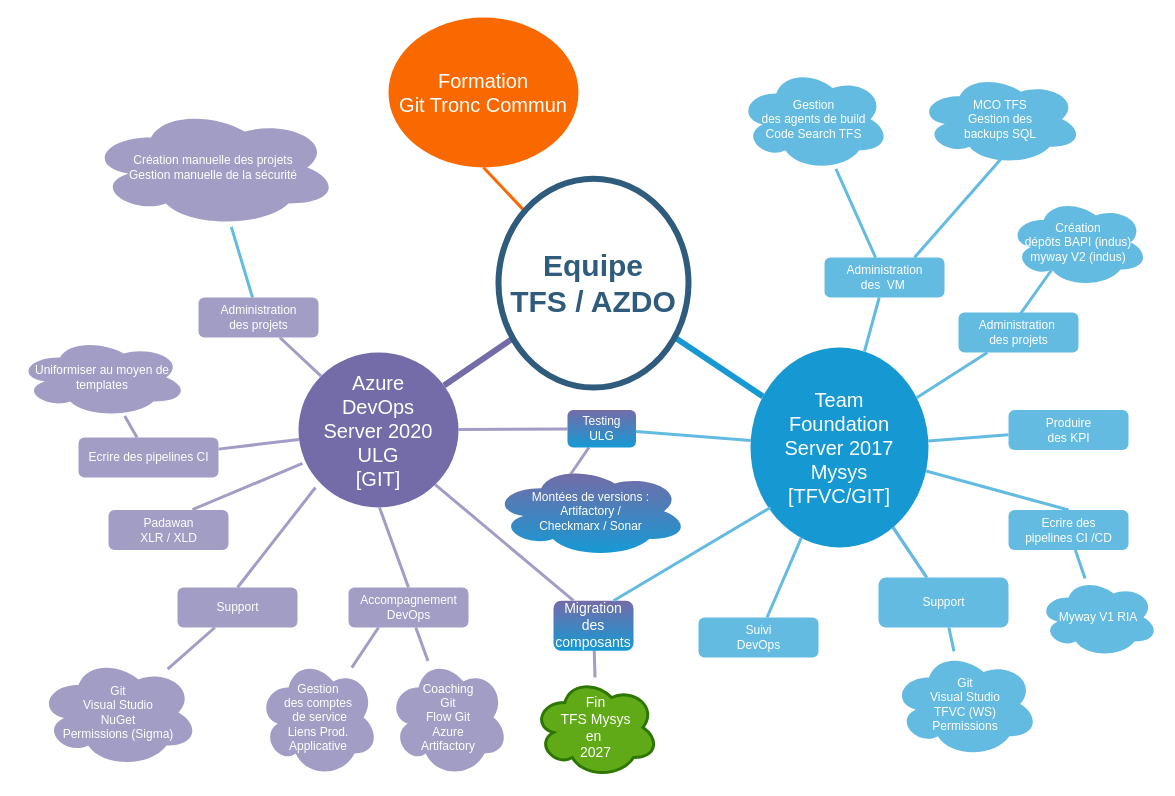
This is TeamActivities.drawio from jmrablat/diagrams, a draw.io file, before an edit. Source tidied: cells renumbered, new cells numbered last; positions are measured from the earlier drawing's top-left corner, leaving out a move shared by most shapes. Both pictures are drawn from the tidied source at 100%, with x=0, y=0 at pixel (17, 17).
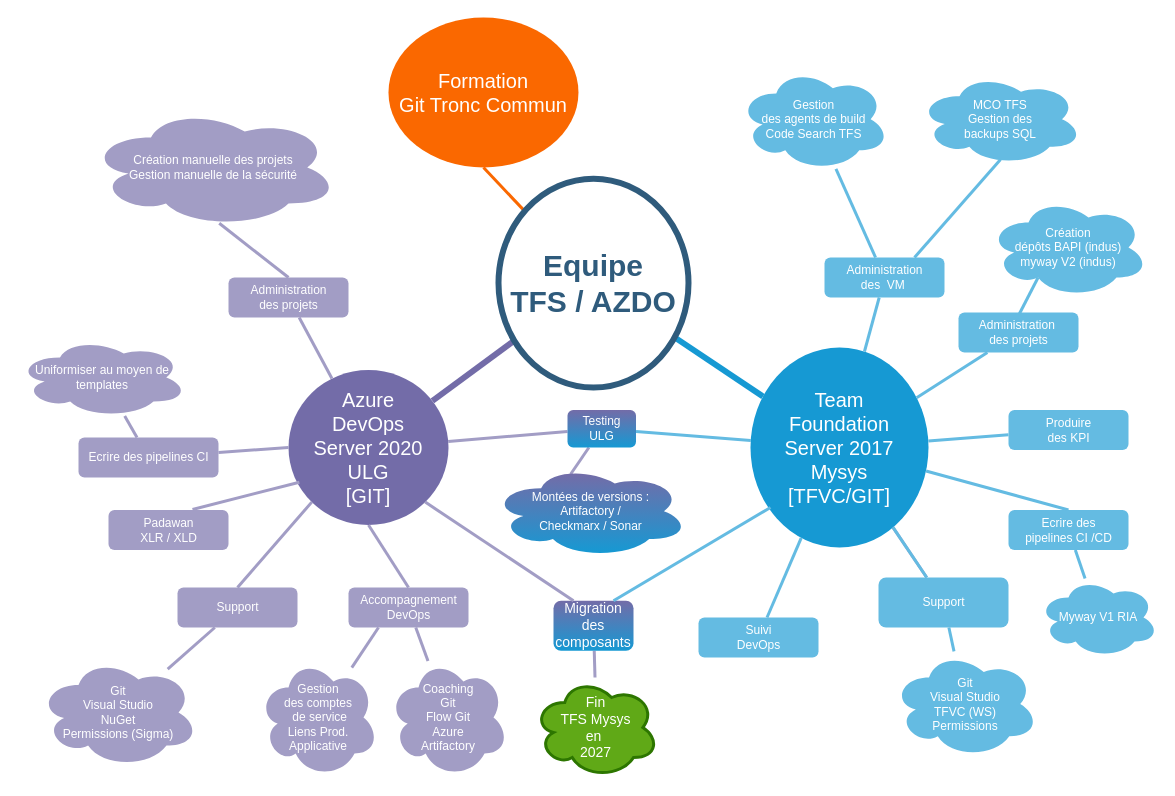
After the change.

Unchanged cells that the change refers to:
```xml
<mxCell id="27" value="Accompagnement&lt;br&gt;DevOps" style="rounded=1;fillColor=#a29dc5;strokeColor=none;strokeWidth=3;shadow=0;html=1;fontColor=#FFFFFF;" parent="1" vertex="1">
  <mxGeometry x="331" y="570" width="120" height="40" as="geometry" />
</mxCell>
<mxCell id="29" value="Ecrire des pipelines CI" style="rounded=1;fillColor=#a29dc5;strokeColor=none;strokeWidth=3;shadow=0;html=1;fontColor=#FFFFFF;" parent="1" vertex="1">
  <mxGeometry x="61" y="420" width="140" height="40" as="geometry" />
</mxCell>
<mxCell id="37" value="Création manuelle des projets&lt;br&gt;Gestion manuelle de la sécurité" style="ellipse;shape=cloud;whiteSpace=wrap;html=1;fillColor=#a29dc5;strokeColor=none;fontColor=#FFFFFF;rounded=1;strokeWidth=3;shadow=0;" parent="1" vertex="1">
  <mxGeometry x="71" y="90" width="250" height="120" as="geometry" />
</mxCell>
<mxCell id="50" value="Support" style="rounded=1;fillColor=#a29dc5;strokeColor=none;strokeWidth=3;shadow=0;html=1;fontColor=#FFFFFF;" parent="1" vertex="1">
  <mxGeometry x="160" y="570" width="120" height="40" as="geometry" />
</mxCell>
<mxCell id="57" value="Padawan&lt;br&gt;XLR / XLD" style="rounded=1;fillColor=#a29dc5;strokeColor=none;strokeWidth=3;shadow=0;html=1;fontColor=#FFFFFF;" parent="1" vertex="1">
  <mxGeometry x="91" y="492.5" width="120" height="40" as="geometry" />
</mxCell>
```

What changed in the source:
```diff
@@
     <mxCell id="23" value="Azure&lt;br&gt;DevOps&lt;br style=&quot;border-color: var(--border-color);&quot;&gt;Server 2020&lt;br style=&quot;border-color: var(--border-color);&quot;&gt;ULG&lt;br&gt;[GIT]" style="ellipse;whiteSpace=wrap;html=1;shadow=0;fontFamily=Helvetica;fontSize=20;fontColor=#FFFFFF;align=center;strokeWidth=3;fillColor=#736ca8;strokeColor=none;" parent="1" vertex="1">
-      <mxGeometry x="281" y="335" width="160" height="155" as="geometry" />
+      <mxGeometry x="271" y="352.5" width="160" height="155" as="geometry" />
     </mxCell>
-    <mxCell id="24" style="edgeStyle=none;shape=connector;rounded=1;jettySize=auto;html=1;labelBackgroundColor=default;strokeColor=#64BBE2;strokeWidth=3;align=center;verticalAlign=middle;fontFamily=Helvetica;fontSize=11;fontColor=default;endArrow=none;" parent="1" edge="1" source="25" target="37">
-      <mxGeometry relative="1" as="geometry" />
-    </mxCell>
     <mxCell id="25" value="Administration&lt;br&gt;des projets" style="rounded=1;fillColor=#a29dc5;strokeColor=none;strokeWidth=3;shadow=0;html=1;fontColor=#FFFFFF;" parent="1" vertex="1">
-      <mxGeometry x="181" y="280" width="120" height="40" as="geometry" />
+      <mxGeometry x="211" y="260" width="120" height="40" as="geometry" />
     </mxCell>
@@
-    <mxCell id="31" style="edgeStyle=none;endArrow=none;strokeWidth=3;strokeColor=#A29DC5;html=1;entryX=0.5;entryY=0;entryDx=0;entryDy=0;exitX=0.106;exitY=0.871;exitDx=0;exitDy=0;exitPerimeter=0;" parent="1" edge="1" source="23" target="50">
+    <mxCell id="31" style="edgeStyle=none;endArrow=none;strokeWidth=3;strokeColor=#A29DC5;html=1;entryX=0.5;entryY=0;entryDx=0;entryDy=0;exitX=0;exitY=1;exitDx=0;exitDy=0;" parent="1" edge="1" source="23" target="50">
       <mxGeometry x="-1498" y="-303.5" as="geometry" />
     </mxCell>
-    <mxCell id="32" style="edgeStyle=none;endArrow=none;strokeWidth=3;strokeColor=#A29DC5;html=1;" parent="1" edge="1" source="23" target="29">
+    <mxCell id="32" style="edgeStyle=none;endArrow=none;strokeWidth=3;strokeColor=#A29DC5;html=1;exitX=0;exitY=0.5;exitDx=0;exitDy=0;" parent="1" edge="1" source="23" target="29">
       <mxGeometry x="-1498" y="-303.5" as="geometry" />
     </mxCell>
@@
-    <mxCell id="51" style="edgeStyle=none;endArrow=none;strokeWidth=3;strokeColor=#A29DC5;html=1;entryX=0.5;entryY=0;entryDx=0;entryDy=0;" parent="1" edge="1" target="27">
-      <mxGeometry x="-1498" y="-303.5" as="geometry">
-        <mxPoint x="362" y="490" as="sourcePoint" />
-      </mxGeometry>
+    <mxCell id="51" style="edgeStyle=none;endArrow=none;strokeWidth=3;strokeColor=#A29DC5;html=1;entryX=0.5;entryY=0;entryDx=0;entryDy=0;exitX=0.5;exitY=1;exitDx=0;exitDy=0;" parent="1" edge="1" source="23" target="27">
+      <mxGeometry x="-1498" y="-303.5" as="geometry" />
     </mxCell>
@@
-    <mxCell id="58" style="edgeStyle=none;endArrow=none;strokeWidth=3;strokeColor=#A29DC5;html=1;entryX=0.7;entryY=-0.012;entryDx=0;entryDy=0;exitX=0.025;exitY=0.716;exitDx=0;exitDy=0;exitPerimeter=0;entryPerimeter=0;" parent="1" edge="1" source="23" target="57">
+    <mxCell id="58" style="edgeStyle=none;endArrow=none;strokeWidth=3;strokeColor=#A29DC5;html=1;entryX=0.7;entryY=-0.012;entryDx=0;entryDy=0;exitX=0.068;exitY=0.724;exitDx=0;exitDy=0;exitPerimeter=0;entryPerimeter=0;" parent="1" edge="1" source="23" target="57">
       <mxGeometry x="-1498" y="-303.5" as="geometry" />
     </mxCell>
     <mxCell id="59" value="Création&lt;br&gt;dépôts BAPI (indus)&lt;br&gt;myway V2 (indus)" style="ellipse;shape=cloud;whiteSpace=wrap;html=1;fillColor=#64BBE2;strokeColor=none;fontColor=#FFFFFF;rounded=1;strokeWidth=3;shadow=0;" parent="1" vertex="1">
-      <mxGeometry x="991" y="180" width="140" height="90" as="geometry" />
+      <mxGeometry x="971" y="180" width="160" height="100" as="geometry" />
     </mxCell>
@@
+    <mxCell id="24" style="edgeStyle=none;endArrow=none;strokeWidth=3;strokeColor=#A29DC5;html=1;exitX=0.5;exitY=0;exitDx=0;exitDy=0;entryX=0.523;entryY=0.965;entryDx=0;entryDy=0;entryPerimeter=0;" parent="1" edge="1" source="25" target="37">
+      <mxGeometry x="-1498" y="-303.5" as="geometry" />
+    </mxCell>
```
